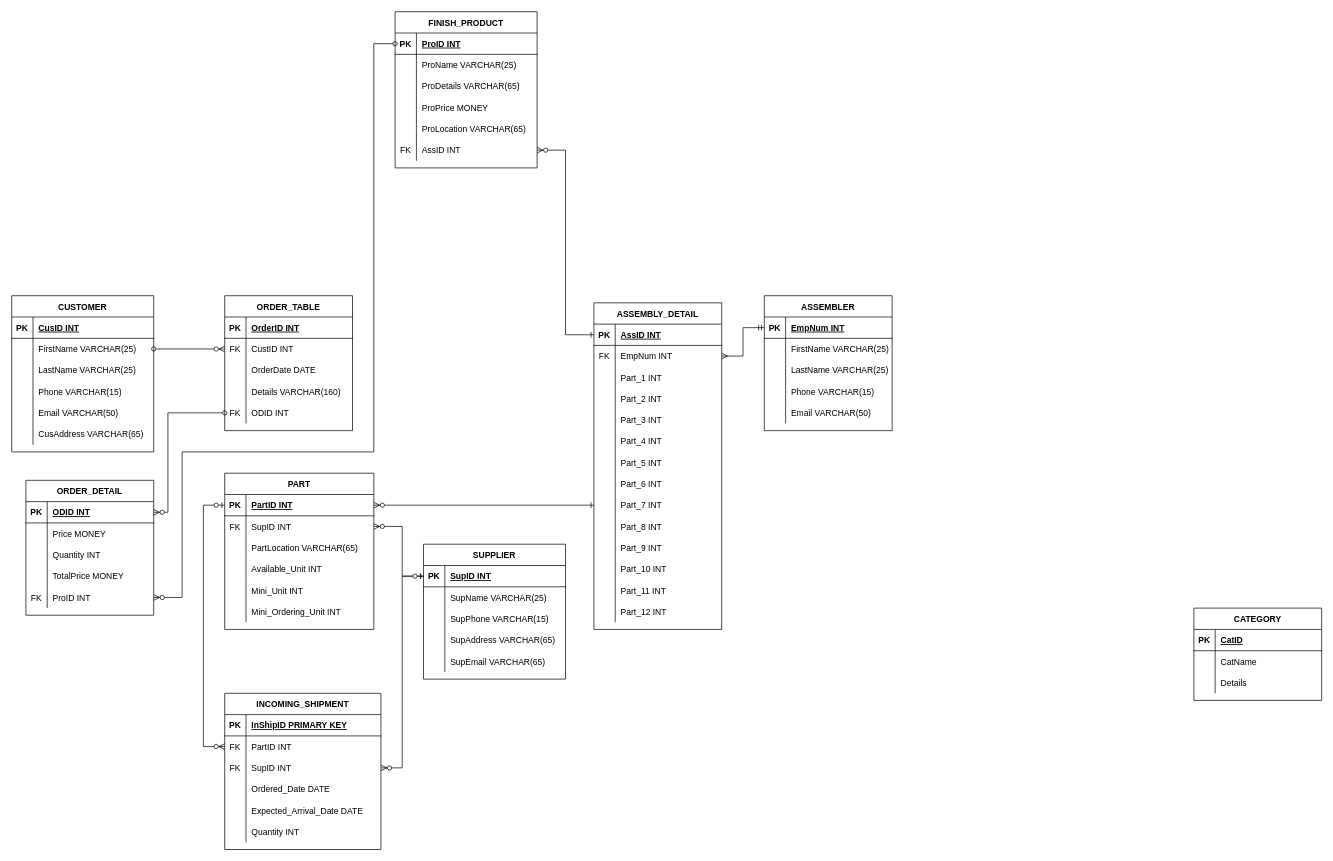
trannthany/IT703_Database_FrontEnd keeps this draw.io diagram as Copy of myAssignment1.drawio. Above is the earlier version. Source tidied: cells renumbered, new cells numbered last; positions are measured from the earlier drawing's top-left corner, leaving out a move shared by most shapes. Both pictures are drawn from the tidied source at 71%, with x=0, y=0 at pixel (11, 11).
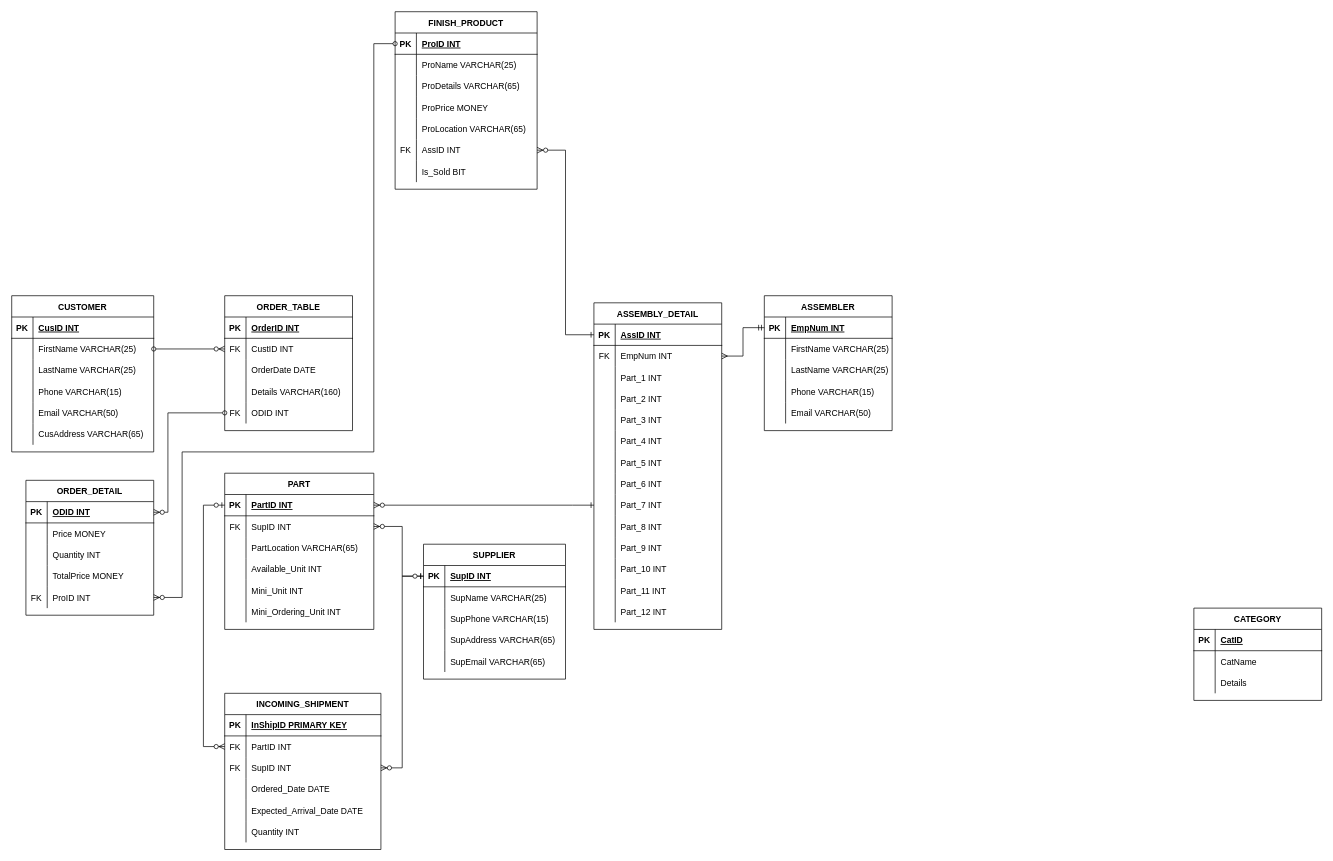
The same diagram, later.

The edit, as a diff of the source:
```diff
@@
     <mxCell id="162" value="FINISH_PRODUCT" style="shape=table;startSize=30;childLayout=tableLayout;rowLines=0;fontStyle=1;align=center;" parent="1" vertex="1">
-      <mxGeometry x="540" width="200" height="220" as="geometry" />
+      <mxGeometry x="540" width="200" height="250" as="geometry" />
     </mxCell>
@@
+    <mxCell id="204" style="shape=partialRectangle;fillColor=none;top=0;left=0;bottom=0;right=0;" parent="162" vertex="1">
+      <mxGeometry y="210" width="200" height="30" as="geometry" />
+    </mxCell>
+    <mxCell id="205" style="shape=partialRectangle;fillColor=none;top=0;left=0;bottom=0;right=0;overflow=hidden;" parent="204" vertex="1">
+      <mxGeometry width="30" height="30" as="geometry" />
+    </mxCell>
+    <mxCell id="206" value="Is_Sold BIT" style="shape=partialRectangle;fillColor=none;top=0;left=0;bottom=0;right=0;align=left;spacingLeft=6;overflow=hidden;" parent="204" vertex="1">
+      <mxGeometry x="30" width="170" height="30" as="geometry" />
+    </mxCell>
```
